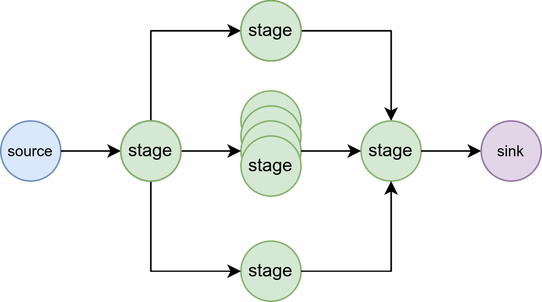
Above: docs/images/multistage.png in defendable/conveyor (draw.io), before the change. Source tidied: cells renumbered, new cells last; positions are measured from the earlier drawing's top-left corner, leaving out a move shared by most shapes.
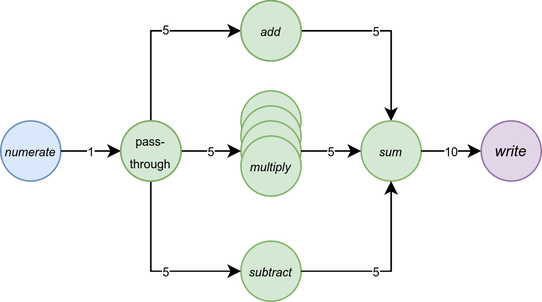
After the change.

What changed in the source:
```diff
@@ -2,13 +2,13 @@
   <root>
     <mxCell id="0" />
     <mxCell id="1" parent="0" />
-    <mxCell id="2" value="&lt;font style=&quot;font-size: 10px;&quot;&gt;source&lt;/font&gt;" style="ellipse;whiteSpace=wrap;html=1;fillColor=#dae8fc;strokeColor=#6c8ebf;" parent="1" vertex="1">
+    <mxCell id="2" value="&lt;font style=&quot;font-size: 8px;&quot;&gt;&lt;i&gt;numerate&lt;/i&gt;&lt;/font&gt;" style="ellipse;whiteSpace=wrap;html=1;fillColor=#dae8fc;strokeColor=#6c8ebf;" parent="1" vertex="1">
       <mxGeometry y="80" width="40" height="40" as="geometry" />
     </mxCell>
     <mxCell id="3" value="stage" style="ellipse;whiteSpace=wrap;html=1;" parent="1" vertex="1">
       <mxGeometry x="80" y="80" width="40" height="40" as="geometry" />
     </mxCell>
-    <mxCell id="4" style="endArrow=classic;html=1;rounded=0;exitX=1;exitY=0.5;exitDx=0;exitDy=0;entryX=0;entryY=0.5;entryDx=0;entryDy=0;" parent="1" edge="1" source="2" target="3">
+    <mxCell id="4" value="&lt;font style=&quot;font-size: 8px;&quot;&gt;1&lt;/font&gt;" style="endArrow=classic;html=1;rounded=0;exitX=1;exitY=0.5;exitDx=0;exitDy=0;entryX=0;entryY=0.5;entryDx=0;entryDy=0;" parent="1" edge="1" source="2" target="3">
       <mxGeometry relative="1" as="geometry" />
     </mxCell>
     <mxCell id="5" value="&lt;span style=&quot;&quot;&gt;stage&lt;/span&gt;" style="ellipse;whiteSpace=wrap;html=1;" parent="1" vertex="1">
@@ -21,14 +21,19 @@
         </Array>
       </mxGeometry>
     </mxCell>
+    <mxCell id="22" value="&lt;font style=&quot;font-size: 8px;&quot;&gt;5&lt;/font&gt;" style="edgeLabel;html=1;align=center;verticalAlign=middle;fontSize=8;" parent="6" vertex="1">
+      <mxGeometry x="0.41" y="-1" relative="1" as="geometry">
+        <mxPoint x="-15" y="-1" as="offset" />
+      </mxGeometry>
+    </mxCell>
     <mxCell id="7" style="ellipse;whiteSpace=wrap;html=1;fillColor=#d5e8d4;strokeColor=#82b366;" parent="1" vertex="1">
       <mxGeometry x="160" y="60" width="40" height="40" as="geometry" />
     </mxCell>
-    <mxCell id="8" value="&lt;span style=&quot;&quot;&gt;stage&lt;/span&gt;" style="ellipse;whiteSpace=wrap;html=1;fillColor=#d5e8d4;strokeColor=#82b366;" parent="1" vertex="1">
+    <mxCell id="8" value="&lt;span style=&quot;&quot;&gt;&lt;i&gt;&lt;font style=&quot;font-size: 8px;&quot;&gt;subtract&lt;/font&gt;&lt;/i&gt;&lt;br&gt;&lt;/span&gt;" style="ellipse;whiteSpace=wrap;html=1;fillColor=#d5e8d4;strokeColor=#82b366;" parent="1" vertex="1">
       <mxGeometry x="160" y="160" width="40" height="40" as="geometry" />
     </mxCell>
-    <mxCell id="9" style="endArrow=classic;html=1;rounded=0;exitX=0.5;exitY=1;exitDx=0;exitDy=0;entryX=0;entryY=0.5;entryDx=0;entryDy=0;" parent="1" edge="1" source="3" target="8">
-      <mxGeometry relative="1" as="geometry">
+    <mxCell id="9" value="&lt;font style=&quot;font-size: 8px;&quot;&gt;5&lt;/font&gt;" style="endArrow=classic;html=1;rounded=0;exitX=0.5;exitY=1;exitDx=0;exitDy=0;entryX=0;entryY=0.5;entryDx=0;entryDy=0;" parent="1" edge="1" source="3" target="8">
+      <mxGeometry x="0.17" relative="1" as="geometry">
         <Array as="points">
           <mxPoint x="100" y="180" />
         </Array>
@@ -40,44 +45,44 @@
     <mxCell id="11" style="ellipse;whiteSpace=wrap;html=1;fillColor=#d5e8d4;strokeColor=#82b366;" parent="1" vertex="1">
       <mxGeometry x="160" y="80" width="40" height="40" as="geometry" />
     </mxCell>
-    <mxCell id="12" value="&lt;span style=&quot;&quot;&gt;stage&lt;/span&gt;" style="ellipse;whiteSpace=wrap;html=1;fillColor=#d5e8d4;strokeColor=#82b366;" parent="1" vertex="1">
+    <mxCell id="12" value="&lt;i&gt;&lt;font style=&quot;font-size: 8px;&quot;&gt;multiply&lt;/font&gt;&lt;/i&gt;" style="ellipse;whiteSpace=wrap;html=1;fillColor=#d5e8d4;strokeColor=#82b366;" parent="1" vertex="1">
       <mxGeometry x="160" y="90" width="40" height="40" as="geometry" />
     </mxCell>
-    <mxCell id="13" style="endArrow=classic;html=1;rounded=0;exitX=1;exitY=0.5;exitDx=0;exitDy=0;entryX=0;entryY=0.25;entryDx=0;entryDy=0;entryPerimeter=0;" parent="1" edge="1" source="3" target="12">
+    <mxCell id="13" value="&lt;font style=&quot;font-size: 8px;&quot;&gt;5&lt;/font&gt;" style="endArrow=classic;html=1;rounded=0;exitX=1;exitY=0.5;exitDx=0;exitDy=0;entryX=0;entryY=0.25;entryDx=0;entryDy=0;entryPerimeter=0;" parent="1" edge="1" source="3" target="12">
       <mxGeometry relative="1" as="geometry" />
     </mxCell>
-    <mxCell id="14" style="endArrow=classic;html=1;rounded=0;exitX=1;exitY=0.5;exitDx=0;exitDy=0;entryX=0.5;entryY=0;entryDx=0;entryDy=0;" parent="1" edge="1" source="5" target="15">
-      <mxGeometry relative="1" as="geometry">
+    <mxCell id="14" value="&lt;font style=&quot;font-size: 8px;&quot;&gt;5&lt;/font&gt;" style="endArrow=classic;html=1;rounded=0;exitX=1;exitY=0.5;exitDx=0;exitDy=0;entryX=0.5;entryY=0;entryDx=0;entryDy=0;" parent="1" edge="1" source="5" target="15">
+      <mxGeometry x="-0.17" relative="1" as="geometry">
         <Array as="points">
           <mxPoint x="260" y="20" />
         </Array>
       </mxGeometry>
     </mxCell>
-    <mxCell id="15" value="&lt;span style=&quot;&quot;&gt;stage&lt;/span&gt;" style="ellipse;whiteSpace=wrap;html=1;fillColor=#d5e8d4;strokeColor=#82b366;" parent="1" vertex="1">
+    <mxCell id="15" value="&lt;span style=&quot;&quot;&gt;&lt;font style=&quot;font-size: 8px;&quot;&gt;&lt;i&gt;sum&lt;/i&gt;&lt;/font&gt;&lt;/span&gt;" style="ellipse;whiteSpace=wrap;html=1;fillColor=#d5e8d4;strokeColor=#82b366;" parent="1" vertex="1">
       <mxGeometry x="240" y="80" width="40" height="40" as="geometry" />
     </mxCell>
-    <mxCell id="16" style="endArrow=classic;html=1;rounded=0;entryX=0;entryY=0.5;entryDx=0;entryDy=0;" parent="1" edge="1" target="15">
+    <mxCell id="16" value="&lt;font style=&quot;font-size: 8px;&quot;&gt;5&lt;/font&gt;" style="endArrow=classic;html=1;rounded=0;entryX=0;entryY=0.5;entryDx=0;entryDy=0;" parent="1" edge="1" target="15">
       <mxGeometry relative="1" as="geometry">
         <mxPoint x="200" y="100" as="sourcePoint" />
       </mxGeometry>
     </mxCell>
-    <mxCell id="17" style="endArrow=classic;html=1;rounded=0;exitX=1;exitY=0.5;exitDx=0;exitDy=0;entryX=0.5;entryY=1;entryDx=0;entryDy=0;" parent="1" edge="1" source="8" target="15">
-      <mxGeometry relative="1" as="geometry">
+    <mxCell id="17" value="&lt;font style=&quot;font-size: 8px;&quot;&gt;5&lt;/font&gt;" style="endArrow=classic;html=1;rounded=0;exitX=1;exitY=0.5;exitDx=0;exitDy=0;entryX=0.5;entryY=1;entryDx=0;entryDy=0;" parent="1" edge="1" source="8" target="15">
+      <mxGeometry x="-0.17" relative="1" as="geometry">
         <Array as="points">
           <mxPoint x="260" y="180" />
         </Array>
       </mxGeometry>
     </mxCell>
-    <mxCell id="18" style="endArrow=classic;html=1;rounded=0;fontSize=10;exitX=1;exitY=0.5;exitDx=0;exitDy=0;" parent="1" edge="1" source="15" target="19">
+    <mxCell id="18" value="&lt;font style=&quot;font-size: 8px;&quot;&gt;10&lt;/font&gt;" style="endArrow=classic;html=1;rounded=0;fontSize=10;exitX=1;exitY=0.5;exitDx=0;exitDy=0;" parent="1" edge="1" source="15" target="19">
       <mxGeometry relative="1" as="geometry" />
     </mxCell>
-    <mxCell id="19" value="sink" style="ellipse;whiteSpace=wrap;html=1;fontSize=10;fillColor=#e1d5e7;strokeColor=#9673a6;" parent="1" vertex="1">
+    <mxCell id="19" value="&lt;i&gt;write&lt;/i&gt;" style="ellipse;whiteSpace=wrap;html=1;fontSize=10;fillColor=#e1d5e7;strokeColor=#9673a6;" parent="1" vertex="1">
       <mxGeometry x="320" y="80" width="40" height="40" as="geometry" />
     </mxCell>
-    <mxCell id="20" value="&lt;span style=&quot;&quot;&gt;stage&lt;/span&gt;" style="ellipse;whiteSpace=wrap;html=1;fillColor=#d5e8d4;strokeColor=#82b366;" parent="1" vertex="1">
+    <mxCell id="20" value="&lt;i style=&quot;font-size: 8px;&quot;&gt;add&lt;/i&gt;" style="ellipse;whiteSpace=wrap;html=1;fillColor=#d5e8d4;strokeColor=#82b366;" parent="1" vertex="1">
       <mxGeometry x="160" width="40" height="40" as="geometry" />
     </mxCell>
-    <mxCell id="21" value="stage" style="ellipse;whiteSpace=wrap;html=1;fillColor=#d5e8d4;strokeColor=#82b366;" parent="1" vertex="1">
+    <mxCell id="21" value="&lt;font style=&quot;font-size: 8px;&quot;&gt;pass-through&lt;/font&gt;" style="ellipse;whiteSpace=wrap;html=1;fillColor=#d5e8d4;strokeColor=#82b366;" parent="1" vertex="1">
       <mxGeometry x="80" y="80" width="40" height="40" as="geometry" />
     </mxCell>
   </root>
```
